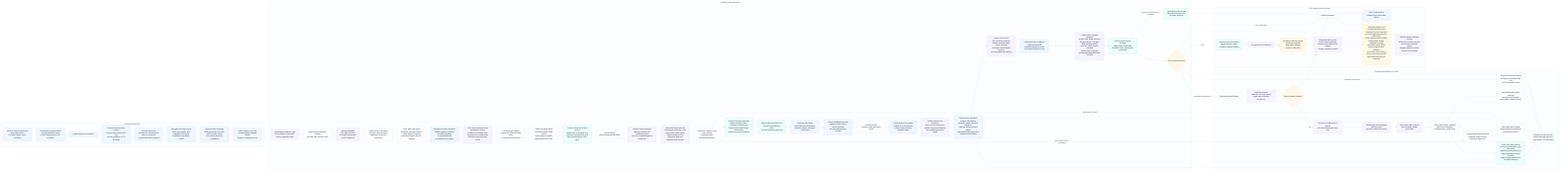
This is odylith/atlas/source/domain-intelligence-greenfield-governance.png from odylith/odylith, a Mermaid export, as it was before one commit. Its source is kept beside it as odylith/atlas/source/domain-intelligence-greenfield-governance.mmd.
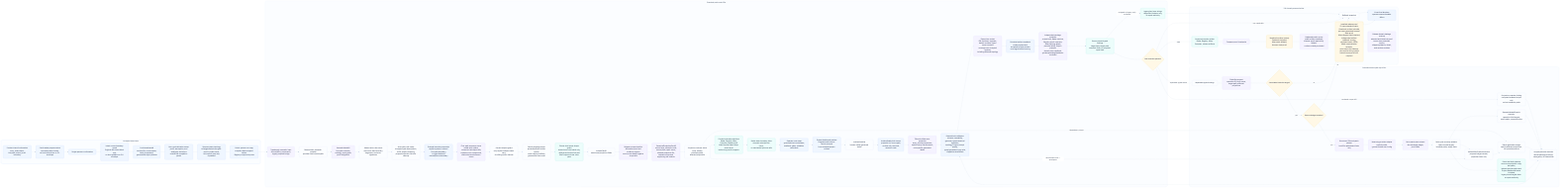
Later version of the same file.

What changed in the source:
```diff
@@ -47,6 +47,7 @@
       direction TB
       repairable["Repairable typed findings"]
       patchset["PatchSet request<br/>operation ID, kind, owner,<br/>target path, affected projections"]
+      executable_target{"Executable PatchSet target?"}
       rescue_budget{"Rescue budget remains?"}
       tribunal_planner["Structured Tribunal patch planner<br/>host fills replacement facts only"]
       provider_adapter["Reasoning provider adapter<br/>explicit model,<br/>ignored unsafe user config"]
@@ -78,7 +79,8 @@
     typed_findings -- "untyped or legacy-only evidence" --> legacy_blockers --> rollback
     final_manifest -- "pass" --> writes --> proof_log --> surface_custody --> matrix_scorer --> release_matrix --> selected_case_leakage
     final_manifest -- "rendered scope drift" --> projection_rerender --> rerender
-    final_manifest -- "repairable typed failure" --> repairable --> patchset --> rescue_budget
+    final_manifest -- "repairable typed failure" --> repairable --> patchset --> executable_target
+    executable_target -- "yes" --> rescue_budget
     rescue_budget -- "yes" --> tribunal_planner --> provider_adapter --> strict_schema --> custody_check
     custody_check --> semantic_apply
     custody_check --> plan_apply
@@ -88,6 +90,7 @@
     semantic_apply --> rerender
     plan_apply --> scope_ledger --> rerender
     copy_repair --> rerender
+    executable_target -- "no" --> rollback
     rerender --> validators
     rescue_budget -- "no" --> rollback --> blockers
     final_manifest -- "non-repairable" --> rollback
@@ -99,7 +102,7 @@
     classDef write fill:#F0FDF4,stroke:#86EFAC,color:#17233A,stroke-width:1.2px;
     class visible_intent,confirmable_stdout,confirm,source_guard,confirmed_ir,non_goal_owner,sparse_systems,public_system_copy intent;
     class apply_input,compiler,semantic_ir,actor_role_owner,actor_path_role,external_boundary,sequence_owner,subject_carry_guard,result_language,prose_shape_guard,artifact_plan,release_scope,canonical_facts,projection_contract,projections,state_boundary_titles,next_steps,project_dashboard,draft_set,artifact_units,visible_actor_projection,validators,expert_lenses,persisted_readback,evidence_readback,typed_findings,legacy_blockers,final_manifest standard;
-    class repairable,patchset,rescue_budget,tribunal_planner,provider_adapter,strict_schema,custody_check,semantic_apply,plan_apply,scope_ledger,projection_rerender,copy_repair,rerender rescue;
+    class repairable,patchset,executable_target,rescue_budget,tribunal_planner,provider_adapter,strict_schema,custody_check,semantic_apply,plan_apply,scope_ledger,projection_rerender,copy_repair,rerender rescue;
     class writes,rollback,blockers,proof_log,surface_custody,matrix_scorer,release_matrix,selected_case_leakage write;
 
     style accepted_lane fill:#FBFDFF,stroke:#BFD7FE,stroke-width:1px,color:#334155
```
